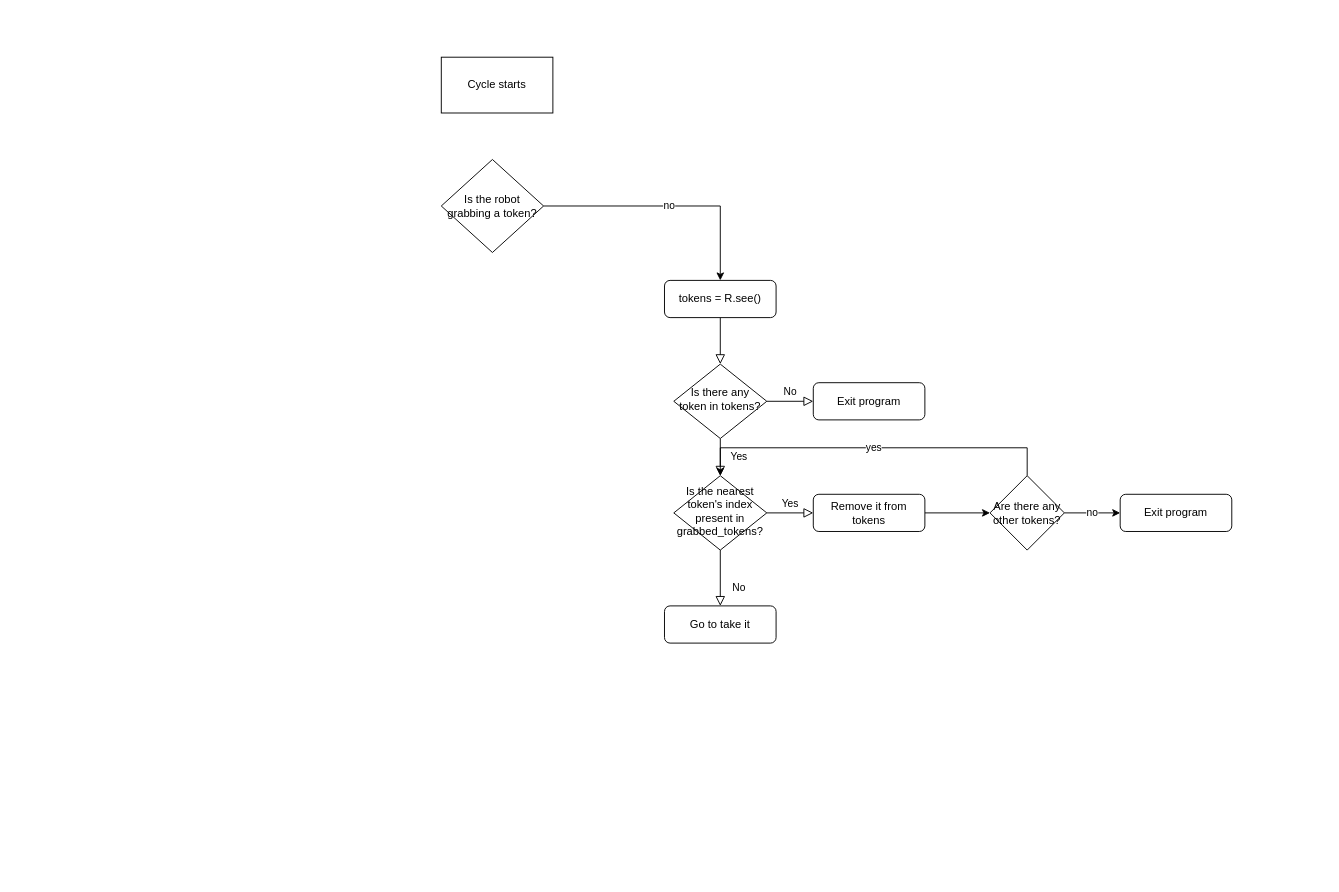
Earlier version of the draw.io diagram Assignment1.drawio (leleviola/rt1). Source tidied: cells renumbered, new cells numbered last; positions are measured from the earlier drawing's top-left corner, leaving out a move shared by most shapes. Both pictures are drawn from the tidied source at 93%, with x=0, y=0 at pixel (441, 57).
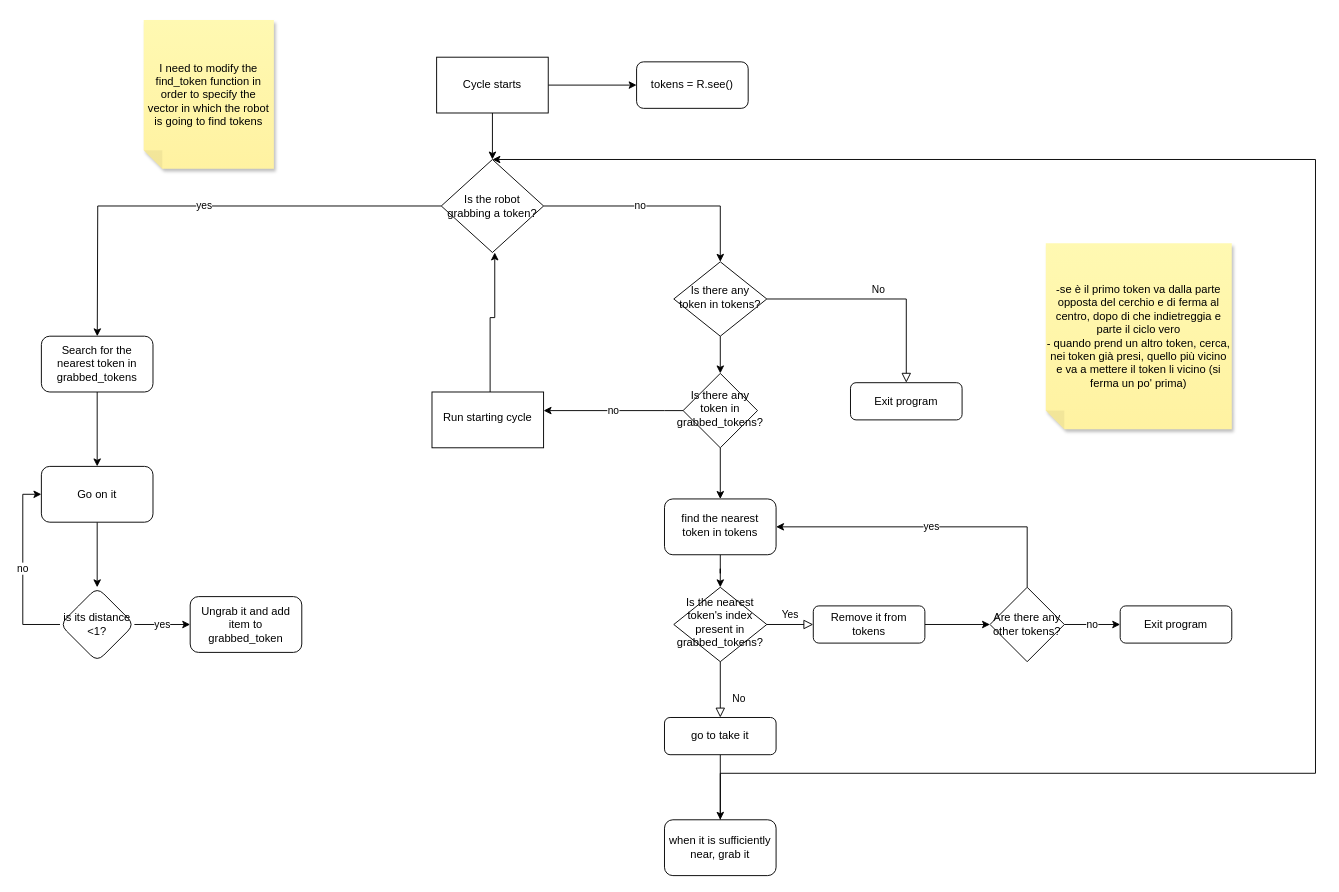
The same diagram, later.

Unchanged cells that the change refers to:
```xml
<mxCell id="15" value="Is the robot grabbing a token?" style="rhombus;whiteSpace=wrap;html=1;" parent="1" vertex="1">
  <mxGeometry y="110" width="110" height="100" as="geometry" />
</mxCell>
```

The edit, as a diff of the source:
```diff
@@
-    <mxCell id="2" style="rounded=0;html=1;jettySize=auto;fontSize=11;endArrow=block;endFill=0;endSize=8;strokeWidth=1;shadow=0;labelBackgroundColor=none;edgeStyle=orthogonalEdgeStyle;" parent="1" edge="1" source="3" target="6">
-      <mxGeometry relative="1" as="geometry" />
-    </mxCell>
     <mxCell id="3" value="tokens = R.see()" style="rounded=1;whiteSpace=wrap;html=1;fontSize=12;glass=0;strokeWidth=1;shadow=0;" parent="1" vertex="1">
-      <mxGeometry x="240" y="240" width="120" height="40" as="geometry" />
+      <mxGeometry x="210" y="5" width="120" height="50" as="geometry" />
     </mxCell>
-    <mxCell id="4" value="Yes" style="rounded=0;html=1;jettySize=auto;fontSize=11;endArrow=block;endFill=0;endSize=8;strokeWidth=1;shadow=0;labelBackgroundColor=none;edgeStyle=orthogonalEdgeStyle;" parent="1" edge="1" source="6" target="10">
-      <mxGeometry y="20" relative="1" as="geometry" />
-    </mxCell>
@@
+    <mxCell id="21" style="edgeStyle=orthogonalEdgeStyle;rounded=0;jettySize=auto;html=1;" parent="1" edge="1" source="6" target="34">
+      <mxGeometry relative="1" as="geometry" />
+    </mxCell>
     <mxCell id="6" value="Is there any token in tokens?" style="rhombus;whiteSpace=wrap;html=1;shadow=0;fontFamily=Helvetica;fontSize=12;align=center;strokeWidth=1;spacing=6;spacingTop=-4;" parent="1" vertex="1">
-      <mxGeometry x="250" y="330" width="100" height="80" as="geometry" />
+      <mxGeometry x="250" y="220" width="100" height="80" as="geometry" />
     </mxCell>
     <mxCell id="7" value="Exit program" style="rounded=1;whiteSpace=wrap;html=1;fontSize=12;glass=0;strokeWidth=1;shadow=0;" parent="1" vertex="1">
-      <mxGeometry x="400" y="350" width="120" height="40" as="geometry" />
+      <mxGeometry x="440" y="350" width="120" height="40" as="geometry" />
     </mxCell>
@@
     <mxCell id="10" value="Is the nearest token's index present in grabbed_tokens?" style="rhombus;whiteSpace=wrap;html=1;shadow=0;fontFamily=Helvetica;fontSize=12;align=center;strokeWidth=1;spacing=6;spacingTop=-4;" parent="1" vertex="1">
-      <mxGeometry x="250" y="450" width="100" height="80" as="geometry" />
+      <mxGeometry x="250" y="570" width="100" height="80" as="geometry" />
     </mxCell>
+    <mxCell id="22" style="edgeStyle=orthogonalEdgeStyle;rounded=0;jettySize=auto;html=1;" parent="1" edge="1" source="11" target="29">
+      <mxGeometry relative="1" as="geometry" />
+    </mxCell>
-    <mxCell id="11" value="Go to take it" style="rounded=1;whiteSpace=wrap;html=1;fontSize=12;glass=0;strokeWidth=1;shadow=0;" parent="1" vertex="1">
-      <mxGeometry x="240" y="590" width="120" height="40" as="geometry" />
+    <mxCell id="11" value="go to take it" style="rounded=1;whiteSpace=wrap;html=1;fontSize=12;glass=0;strokeWidth=1;shadow=0;" parent="1" vertex="1">
+      <mxGeometry x="240" y="710" width="120" height="40" as="geometry" />
     </mxCell>
@@
     <mxCell id="13" value="Remove it from tokens" style="rounded=1;whiteSpace=wrap;html=1;fontSize=12;glass=0;strokeWidth=1;shadow=0;" parent="1" vertex="1">
-      <mxGeometry x="400" y="470" width="120" height="40" as="geometry" />
+      <mxGeometry x="400" y="590" width="120" height="40" as="geometry" />
     </mxCell>
+    <mxCell id="23" style="edgeStyle=orthogonalEdgeStyle;rounded=0;jettySize=auto;html=1;" parent="1" edge="1" source="14" target="15">
+      <mxGeometry relative="1" as="geometry" />
+    </mxCell>
+    <mxCell id="24" style="edgeStyle=orthogonalEdgeStyle;rounded=0;jettySize=auto;html=1;" parent="1" edge="1" source="14" target="3">
+      <mxGeometry relative="1" as="geometry" />
+    </mxCell>
     <mxCell id="14" value="Cycle starts" style="rounded=0;whiteSpace=wrap;html=1;" parent="1" vertex="1">
-      <mxGeometry width="120" height="60" as="geometry" />
+      <mxGeometry x="-5" width="120" height="60" as="geometry" />
     </mxCell>
+    <mxCell id="25" value="yes" style="edgeStyle=orthogonalEdgeStyle;rounded=0;jettySize=auto;html=1;" parent="1" edge="1" source="15">
+      <mxGeometry relative="1" as="geometry">
+        <mxPoint x="-369.9" y="300.1" as="targetPoint" />
+      </mxGeometry>
+    </mxCell>
@@
-    <mxCell id="16" value="no" style="endArrow=classic;html=1;rounded=0;entryX=0.5;entryY=0;entryDx=0;entryDy=0;" parent="1" edge="1" source="15" target="3">
-      <mxGeometry relative="1" as="geometry">
+    <mxCell id="16" value="no" style="endArrow=classic;html=1;rounded=0;entryX=0.5;entryY=0;entryDx=0;entryDy=0;" parent="1" edge="1" target="6">
+      <mxGeometry x="-0.17" relative="1" as="geometry">
+        <mxPoint x="110" y="160" as="sourcePoint" />
         <Array as="points">
           <mxPoint x="300" y="160" />
         </Array>
       </mxGeometry>
     </mxCell>
-    <mxCell id="17" value="yes" style="edgeStyle=orthogonalEdgeStyle;rounded=0;jettySize=auto;html=1;" parent="1" edge="1" source="19">
-      <mxGeometry relative="1" as="geometry">
-        <mxPoint x="300" y="450" as="targetPoint" />
-        <Array as="points">
-          <mxPoint x="630" y="420" />
-          <mxPoint x="300" y="420" />
-        </Array>
-      </mxGeometry>
-    </mxCell>
@@
+    <mxCell id="26" value="yes" style="edgeStyle=orthogonalEdgeStyle;rounded=0;jettySize=auto;html=1;entryX=1;entryY=0.5;entryDx=0;entryDy=0;" parent="1" edge="1" source="19" target="45">
+      <mxGeometry relative="1" as="geometry">
+        <Array as="points">
+          <mxPoint x="630" y="505" />
+        </Array>
+      </mxGeometry>
+    </mxCell>
     <mxCell id="19" value="Are there any other tokens?" style="rhombus;whiteSpace=wrap;html=1;" parent="1" vertex="1">
-      <mxGeometry x="590" y="450" width="80" height="80" as="geometry" />
+      <mxGeometry x="590" y="570" width="80" height="80" as="geometry" />
     </mxCell>
     <mxCell id="20" value="Exit program" style="rounded=1;whiteSpace=wrap;html=1;" parent="1" vertex="1">
-      <mxGeometry x="730" y="470" width="120" height="40" as="geometry" />
+      <mxGeometry x="730" y="590" width="120" height="40" as="geometry" />
     </mxCell>
+    <mxCell id="27" value="&lt;div&gt;-se è il primo token va dalla parte opposta del cerchio e di ferma al centro, dopo di che indietreggia e parte il ciclo vero&lt;/div&gt;&lt;div&gt;- quando prend un altro token, cerca, nei token già presi, quello più vicino e va a mettere il token li vicino (si ferma un po' prima)&lt;br&gt;&lt;/div&gt;" style="shape=note;whiteSpace=wrap;html=1;backgroundOutline=1;fontColor=#000000;darkOpacity=0.05;fillColor=#FFF9B2;strokeColor=none;fillStyle=solid;direction=west;gradientDirection=north;gradientColor=#FFF2A1;shadow=1;size=20;" parent="1" vertex="1">
+      <mxGeometry x="650" y="200" width="200" height="200" as="geometry" />
+    </mxCell>
+    <mxCell id="28" style="edgeStyle=orthogonalEdgeStyle;rounded=0;jettySize=auto;html=1;entryX=0.5;entryY=0;entryDx=0;entryDy=0;" parent="1" edge="1" source="29" target="15">
+      <mxGeometry relative="1" as="geometry">
+        <Array as="points">
+          <mxPoint x="300" y="770" />
+          <mxPoint x="940" y="770" />
+          <mxPoint x="940" y="110" />
+        </Array>
+      </mxGeometry>
+    </mxCell>
+    <mxCell id="29" value="when it is sufficiently near, grab it" style="whiteSpace=wrap;html=1;rounded=1;glass=0;strokeWidth=1;shadow=0;" parent="1" vertex="1">
+      <mxGeometry x="240" y="820" width="120" height="60" as="geometry" />
+    </mxCell>
+    <mxCell id="30" style="edgeStyle=orthogonalEdgeStyle;rounded=0;jettySize=auto;html=1;" parent="1" edge="1" source="31" target="39">
+      <mxGeometry relative="1" as="geometry" />
+    </mxCell>
+    <mxCell id="31" value="Search for the nearest token in grabbed_tokens" style="rounded=1;whiteSpace=wrap;html=1;" parent="1" vertex="1">
+      <mxGeometry x="-430" y="300" width="120" height="60" as="geometry" />
+    </mxCell>
+    <mxCell id="32" value="no" style="edgeStyle=orthogonalEdgeStyle;rounded=0;jettySize=auto;html=1;" parent="1" edge="1" source="34" target="36">
+      <mxGeometry relative="1" as="geometry">
+        <Array as="points">
+          <mxPoint x="240" y="380" />
+          <mxPoint x="240" y="380" />
+        </Array>
+      </mxGeometry>
+    </mxCell>
+    <mxCell id="33" style="edgeStyle=orthogonalEdgeStyle;rounded=0;jettySize=auto;html=1;" parent="1" edge="1" source="34" target="45">
+      <mxGeometry relative="1" as="geometry" />
+    </mxCell>
+    <mxCell id="34" value="Is there any token in grabbed_tokens?" style="rhombus;whiteSpace=wrap;html=1;shadow=0;strokeWidth=1;spacing=6;spacingTop=-4;" parent="1" vertex="1">
+      <mxGeometry x="260" y="340" width="80" height="80" as="geometry" />
+    </mxCell>
+    <mxCell id="35" style="edgeStyle=orthogonalEdgeStyle;rounded=0;orthogonalLoop=1;jettySize=auto;html=1;entryX=0.5;entryY=1;entryDx=0;entryDy=0;" parent="1" edge="1">
+      <mxGeometry relative="1" as="geometry">
+        <mxPoint x="52.5" y="360" as="sourcePoint" />
+        <mxPoint x="57.5" y="210" as="targetPoint" />
+        <Array as="points">
+          <mxPoint x="52.5" y="280" />
+          <mxPoint x="57.5" y="280" />
+        </Array>
+      </mxGeometry>
+    </mxCell>
+    <mxCell id="36" value="Run starting cycle" style="whiteSpace=wrap;html=1;shadow=0;strokeWidth=1;spacing=6;spacingTop=-4;" parent="1" vertex="1">
+      <mxGeometry x="-10" y="360" width="120" height="60" as="geometry" />
+    </mxCell>
+    <mxCell id="37" value="I need to modify the find_token function in order to specify the vector in which the robot is going to find tokens" style="shape=note;whiteSpace=wrap;html=1;backgroundOutline=1;fontColor=#000000;darkOpacity=0.05;fillColor=#FFF9B2;strokeColor=none;fillStyle=solid;direction=west;gradientDirection=north;gradientColor=#FFF2A1;shadow=1;size=20;" parent="1" vertex="1">
+      <mxGeometry x="-320" y="-40" width="140" height="160" as="geometry" />
+    </mxCell>
+    <mxCell id="38" style="edgeStyle=orthogonalEdgeStyle;rounded=0;jettySize=auto;html=1;" parent="1" edge="1" source="39" target="42">
+      <mxGeometry relative="1" as="geometry" />
+    </mxCell>
+    <mxCell id="39" value="Go on it" style="whiteSpace=wrap;html=1;rounded=1;" parent="1" vertex="1">
+      <mxGeometry x="-430" y="440" width="120" height="60" as="geometry" />
+    </mxCell>
+    <mxCell id="40" value="yes" style="edgeStyle=orthogonalEdgeStyle;rounded=0;jettySize=auto;html=1;" parent="1" edge="1" source="42" target="43">
+      <mxGeometry relative="1" as="geometry" />
+    </mxCell>
+    <mxCell id="41" value="no" style="edgeStyle=orthogonalEdgeStyle;rounded=0;jettySize=auto;html=1;entryX=0;entryY=0.5;entryDx=0;entryDy=0;" parent="1" edge="1" source="42" target="39">
+      <mxGeometry relative="1" as="geometry">
+        <Array as="points">
+          <mxPoint x="-450" y="610" />
+          <mxPoint x="-450" y="470" />
+        </Array>
+      </mxGeometry>
+    </mxCell>
+    <mxCell id="42" value="is its distance &amp;lt;1?" style="rhombus;whiteSpace=wrap;html=1;rounded=1;" parent="1" vertex="1">
+      <mxGeometry x="-410" y="570" width="80" height="80" as="geometry" />
+    </mxCell>
+    <mxCell id="43" value="Ungrab it and add item to grabbed_token" style="whiteSpace=wrap;html=1;rounded=1;" parent="1" vertex="1">
+      <mxGeometry x="-270" y="580" width="120" height="60" as="geometry" />
+    </mxCell>
+    <mxCell id="44" style="edgeStyle=orthogonalEdgeStyle;rounded=0;jettySize=auto;html=1;" parent="1" edge="1" source="45" target="10">
+      <mxGeometry relative="1" as="geometry" />
+    </mxCell>
+    <mxCell id="45" value="find the nearest token in tokens" style="rounded=1;whiteSpace=wrap;html=1;shadow=0;strokeWidth=1;spacing=6;spacingTop=-4;" parent="1" vertex="1">
+      <mxGeometry x="240" y="475" width="120" height="60" as="geometry" />
+    </mxCell>
```
